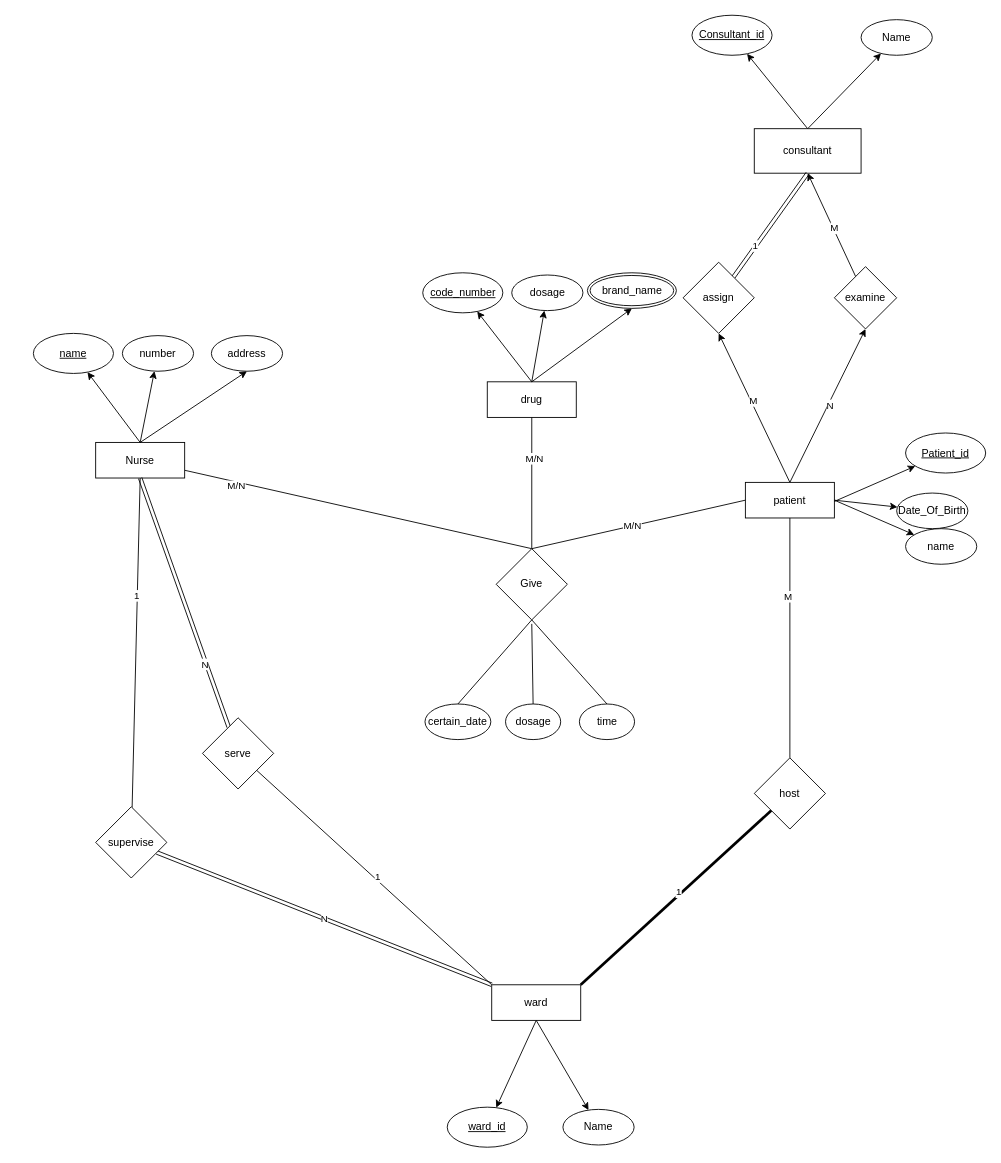
Before: Day15/hospital.drawio in PeterTorki/full-stack-mearn-tasks, a draw.io diagram. Source tidied: cells renumbered, new cells numbered last; positions are measured from the earlier drawing's top-left corner, leaving out a move shared by most shapes. Both pictures are drawn from the tidied source at 89%, with x=0, y=0 at pixel (33, 15).
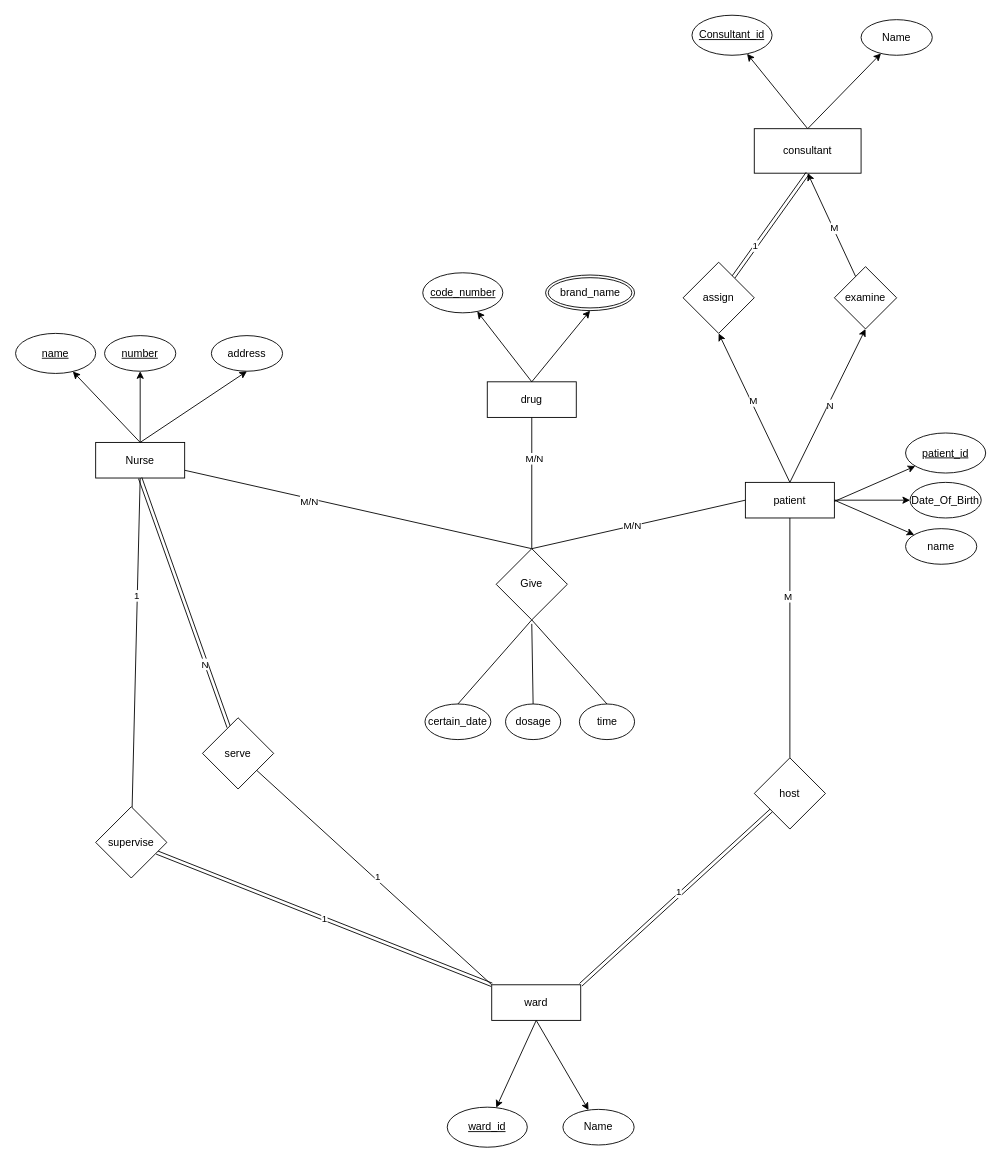
After the change.

The change refers to these unchanged cells:
```xml
<mxCell id="7" value="ward" style="rounded=0;whiteSpace=wrap;html=1;" parent="1" vertex="1">
  <mxGeometry x="515" y="1089" width="100" height="40" as="geometry" />
</mxCell>
<mxCell id="24" value="host" style="rhombus;whiteSpace=wrap;html=1;" parent="1" vertex="1">
  <mxGeometry x="810" y="834" width="80" height="80" as="geometry" />
</mxCell>
<mxCell id="40" style="rounded=0;jettySize=auto;html=1;entryX=0.5;entryY=0;entryDx=0;entryDy=0;endArrow=none;endFill=0;" parent="1" edge="1" source="42" target="63">
  <mxGeometry relative="1" as="geometry" />
</mxCell>
<mxCell id="48" value="supervise" style="rhombus;whiteSpace=wrap;html=1;rounded=0;" parent="1" vertex="1">
  <mxGeometry x="70" y="889" width="80" height="80" as="geometry" />
</mxCell>
<mxCell id="50" value="drug" style="rounded=0;whiteSpace=wrap;html=1;" parent="1" vertex="1">
  <mxGeometry x="510" y="411.5" width="100" height="40" as="geometry" />
</mxCell>
```

The edit, as a diff of the source:
```diff
@@
-    <mxCell id="3" style="rounded=0;jettySize=auto;html=1;fontStyle=1;strokeWidth=3;endArrow=none;endFill=0;exitX=1;exitY=0;exitDx=0;exitDy=0;" parent="1" edge="1" source="7" target="24">
+    <mxCell id="3" style="rounded=0;jettySize=auto;html=1;fontStyle=1;strokeWidth=1;endArrow=none;endFill=0;exitX=1;exitY=0;exitDx=0;exitDy=0;shape=link;" parent="1" edge="1" source="7" target="24">
       <mxGeometry relative="1" as="geometry" />
     </mxCell>
@@
-    <mxCell id="17" value="Patient_id" style="ellipse;whiteSpace=wrap;html=1;fontStyle=4;" parent="1" vertex="1">
+    <mxCell id="17" value="patient_id" style="ellipse;whiteSpace=wrap;html=1;fontStyle=4;" parent="1" vertex="1">
       <mxGeometry x="980" y="469" width="90" height="45" as="geometry" />
     </mxCell>
@@
     <mxCell id="20" value="Date_Of_Birth" style="ellipse;whiteSpace=wrap;html=1;" parent="1" vertex="1">
-      <mxGeometry x="970" y="536.5" width="80" height="40" as="geometry" />
+      <mxGeometry x="985" y="524.5" width="80" height="40" as="geometry" />
     </mxCell>
@@
-    <mxCell id="36" value="number" style="ellipse;whiteSpace=wrap;html=1;" parent="1" vertex="1">
-      <mxGeometry x="100" y="359.6" width="80" height="40" as="geometry" />
+    <mxCell id="36" value="&lt;u&gt;number&lt;/u&gt;" style="ellipse;whiteSpace=wrap;html=1;" parent="1" vertex="1">
+      <mxGeometry x="80" y="359.6" width="80" height="40" as="geometry" />
     </mxCell>
     <mxCell id="37" value="name" style="ellipse;whiteSpace=wrap;html=1;fontStyle=4;" parent="1" vertex="1">
-      <mxGeometry y="357.1" width="90" height="45" as="geometry" />
+      <mxGeometry x="-20" y="357.1" width="90" height="45" as="geometry" />
     </mxCell>
@@
     <mxCell id="41" value="M/N" style="edgeLabel;html=1;align=center;verticalAlign=middle;" parent="40" vertex="1">
-      <mxGeometry x="-0.7" y="-4" relative="1" as="geometry" />
+      <mxGeometry x="-0.7" y="-4" relative="1" as="geometry">
+        <mxPoint x="82" y="17" as="offset" />
+      </mxGeometry>
     </mxCell>
@@
-    <mxCell id="47" value="N" style="rounded=0;jettySize=auto;html=1;endArrow=none;endFill=0;entryX=0;entryY=0;entryDx=0;entryDy=0;shape=link;" parent="1" edge="1" source="48" target="7">
+    <mxCell id="47" value="1" style="rounded=0;jettySize=auto;html=1;endArrow=none;endFill=0;entryX=0;entryY=0;entryDx=0;entryDy=0;shape=link;" parent="1" edge="1" source="48" target="7">
       <mxGeometry relative="1" as="geometry" />
     </mxCell>
@@
-    <mxCell id="49" value="dosage" style="ellipse;whiteSpace=wrap;html=1;" parent="1" vertex="1">
-      <mxGeometry x="537.5" y="291.5" width="80" height="40" as="geometry" />
-    </mxCell>
@@
-    <mxCell id="51" style="rounded=0;jettySize=auto;html=1;exitX=0.5;exitY=0;exitDx=0;exitDy=0;" parent="1" edge="1" source="50" target="49">
-      <mxGeometry relative="1" as="geometry" />
-    </mxCell>
@@
     <mxCell id="55" value="brand_name" style="ellipse;shape=doubleEllipse;margin=3;whiteSpace=wrap;html=1;align=center;" parent="1" vertex="1">
-      <mxGeometry x="622.5" y="289" width="100" height="40" as="geometry" />
+      <mxGeometry x="575.5" y="291.5" width="100" height="40" as="geometry" />
     </mxCell>
```
